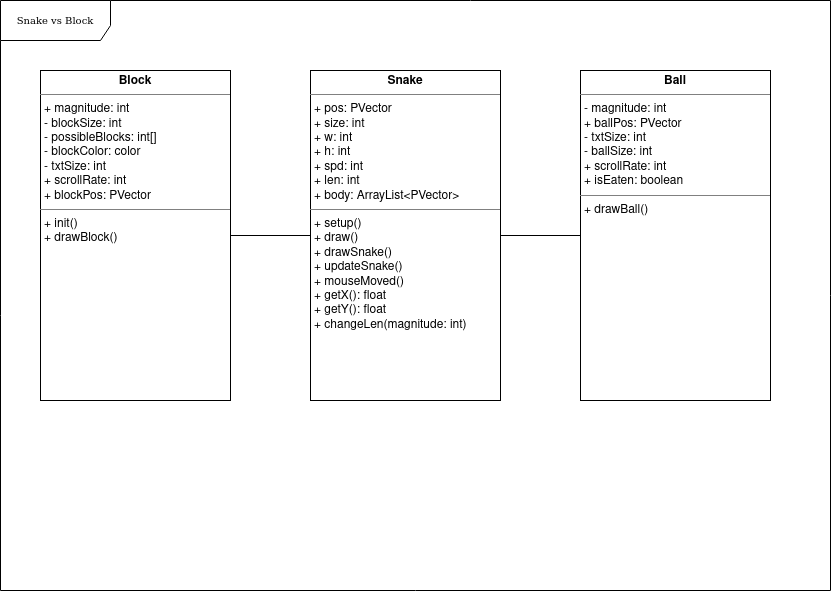
madeline-lei/final_project keeps this draw.io diagram as ouruml.png. Above is the earlier version. Source tidied: cells renumbered, new cells last; positions are measured from the earlier drawing's top-left corner, leaving out a move shared by most shapes.
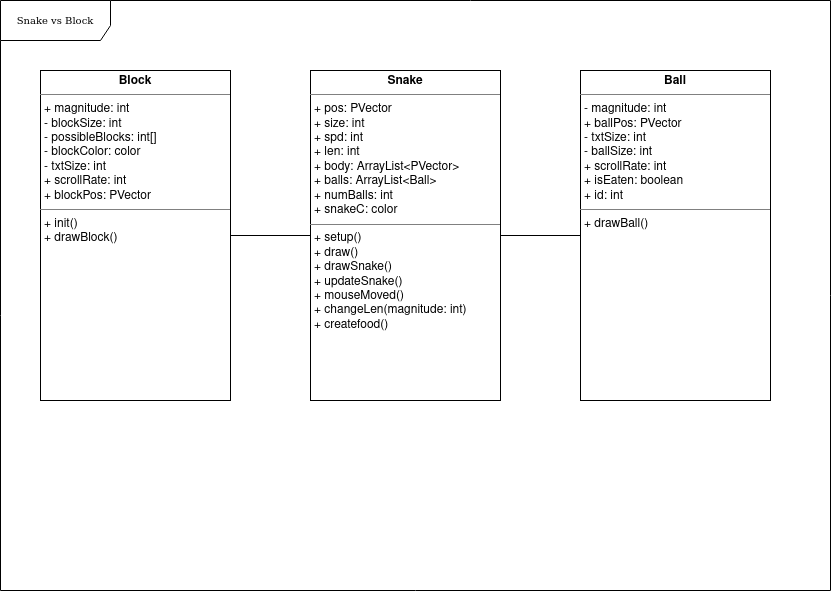
The same file after the commit.

Diff of the diagram source:
```diff
@@ -11,13 +11,13 @@
     <mxCell id="4" style="edgeStyle=orthogonalEdgeStyle;rounded=0;jettySize=auto;html=1;endArrow=none;endFill=0;" parent="1" edge="1" source="5" target="6">
       <mxGeometry relative="1" as="geometry" />
     </mxCell>
-    <mxCell id="5" value="&lt;p style=&quot;margin:0px;margin-top:4px;text-align:center;&quot;&gt;&lt;b&gt;Snake&lt;/b&gt;&lt;/p&gt;&lt;hr size=&quot;1&quot;&gt;&lt;p style=&quot;margin:0px;margin-left:4px;&quot;&gt;+ pos: PVector&lt;/p&gt;&lt;p style=&quot;margin:0px;margin-left:4px;&quot;&gt;+ size: int&lt;/p&gt;&lt;p style=&quot;margin:0px;margin-left:4px;&quot;&gt;+ w: int&lt;/p&gt;&lt;p style=&quot;margin:0px;margin-left:4px;&quot;&gt;+ h: int&lt;/p&gt;&lt;p style=&quot;margin:0px;margin-left:4px;&quot;&gt;+ spd: int&lt;/p&gt;&lt;p style=&quot;margin:0px;margin-left:4px;&quot;&gt;+ len: int&lt;br&gt;&lt;/p&gt;&lt;p style=&quot;margin:0px;margin-left:4px;&quot;&gt;+ body: ArrayList&amp;lt;PVector&amp;gt;&lt;/p&gt;&lt;hr size=&quot;1&quot;&gt;&lt;p style=&quot;margin:0px;margin-left:4px;&quot;&gt;+ setup()&lt;/p&gt;&lt;p style=&quot;margin:0px;margin-left:4px;&quot;&gt;+ draw()&lt;/p&gt;&lt;p style=&quot;margin:0px;margin-left:4px;&quot;&gt;+ drawSnake()&lt;/p&gt;&lt;p style=&quot;margin:0px;margin-left:4px;&quot;&gt;+ updateSnake()&lt;/p&gt;&lt;p style=&quot;margin:0px;margin-left:4px;&quot;&gt;+ mouseMoved()&lt;/p&gt;&lt;p style=&quot;margin:0px;margin-left:4px;&quot;&gt;+ getX(): float&lt;/p&gt;&lt;p style=&quot;margin:0px;margin-left:4px;&quot;&gt;+ getY(): float&lt;/p&gt;&lt;p style=&quot;margin:0px;margin-left:4px;&quot;&gt;+ changeLen(magnitude: int)&lt;br&gt;&lt;/p&gt;&lt;p style=&quot;margin:0px;margin-left:4px;&quot;&gt;&lt;br&gt;&lt;/p&gt;" style="verticalAlign=top;align=left;overflow=fill;fontSize=12;fontFamily=Helvetica;html=1;rounded=0;shadow=0;comic=0;labelBackgroundColor=none;strokeWidth=1;" parent="1" vertex="1">
+    <mxCell id="5" value="&lt;p style=&quot;margin:0px;margin-top:4px;text-align:center;&quot;&gt;&lt;b&gt;Snake&lt;/b&gt;&lt;/p&gt;&lt;hr size=&quot;1&quot;&gt;&lt;p style=&quot;margin:0px;margin-left:4px;&quot;&gt;+ pos: PVector&lt;/p&gt;&lt;p style=&quot;margin:0px;margin-left:4px;&quot;&gt;+ size: int&lt;/p&gt;&lt;p style=&quot;margin:0px;margin-left:4px;&quot;&gt;+ spd: int&lt;/p&gt;&lt;p style=&quot;margin:0px;margin-left:4px;&quot;&gt;+ len: int&lt;br&gt;&lt;/p&gt;&lt;p style=&quot;margin:0px;margin-left:4px;&quot;&gt;+ body: ArrayList&amp;lt;PVector&amp;gt;&lt;/p&gt;&lt;p style=&quot;margin:0px;margin-left:4px;&quot;&gt;+ balls: ArrayList&amp;lt;Ball&amp;gt;&lt;/p&gt;&lt;p style=&quot;margin:0px;margin-left:4px;&quot;&gt;+ numBalls: int&lt;/p&gt;&lt;p style=&quot;margin:0px;margin-left:4px;&quot;&gt;+ snakeC: color&lt;br&gt;&lt;/p&gt;&lt;hr size=&quot;1&quot;&gt;&lt;p style=&quot;margin:0px;margin-left:4px;&quot;&gt;+ setup()&lt;/p&gt;&lt;p style=&quot;margin:0px;margin-left:4px;&quot;&gt;+ draw()&lt;/p&gt;&lt;p style=&quot;margin:0px;margin-left:4px;&quot;&gt;+ drawSnake()&lt;/p&gt;&lt;p style=&quot;margin:0px;margin-left:4px;&quot;&gt;+ updateSnake()&lt;/p&gt;&lt;p style=&quot;margin:0px;margin-left:4px;&quot;&gt;+ mouseMoved()&lt;/p&gt;&lt;p style=&quot;margin:0px;margin-left:4px;&quot;&gt;+ changeLen(magnitude: int)&lt;/p&gt;&lt;p style=&quot;margin:0px;margin-left:4px;&quot;&gt;+ createfood()&lt;br&gt;&lt;/p&gt;&lt;p style=&quot;margin:0px;margin-left:4px;&quot;&gt;&lt;br&gt;&lt;/p&gt;" style="verticalAlign=top;align=left;overflow=fill;fontSize=12;fontFamily=Helvetica;html=1;rounded=0;shadow=0;comic=0;labelBackgroundColor=none;strokeWidth=1;" parent="1" vertex="1">
       <mxGeometry x="310" y="70" width="190" height="330" as="geometry" />
     </mxCell>
     <mxCell id="6" value="&lt;p style=&quot;margin:0px;margin-top:4px;text-align:center;&quot;&gt;&lt;b&gt;Block&lt;/b&gt;&lt;/p&gt;&lt;hr size=&quot;1&quot;&gt;&lt;p style=&quot;margin:0px;margin-left:4px;&quot;&gt;+ magnitude: int&lt;/p&gt;&lt;p style=&quot;margin:0px;margin-left:4px;&quot;&gt;- blockSize: int&lt;/p&gt;&lt;p style=&quot;margin:0px;margin-left:4px;&quot;&gt;- possibleBlocks: int[]&lt;/p&gt;&lt;p style=&quot;margin:0px;margin-left:4px;&quot;&gt;- blockColor: color&lt;/p&gt;&lt;p style=&quot;margin:0px;margin-left:4px;&quot;&gt;- txtSize: int&lt;/p&gt;&lt;p style=&quot;margin:0px;margin-left:4px;&quot;&gt;+ scrollRate: int&lt;/p&gt;&lt;p style=&quot;margin:0px;margin-left:4px;&quot;&gt;+ blockPos: PVector&lt;br&gt;&lt;/p&gt;&lt;hr size=&quot;1&quot;&gt;&lt;p style=&quot;margin:0px;margin-left:4px;&quot;&gt;+ init()&lt;/p&gt;&lt;p style=&quot;margin:0px;margin-left:4px;&quot;&gt;+ drawBlock()&lt;/p&gt;" style="verticalAlign=top;align=left;overflow=fill;fontSize=12;fontFamily=Helvetica;html=1;rounded=0;shadow=0;comic=0;labelBackgroundColor=none;strokeWidth=1;" parent="1" vertex="1">
       <mxGeometry x="40" y="70" width="190" height="330" as="geometry" />
     </mxCell>
-    <mxCell id="7" value="&lt;p style=&quot;margin:0px;margin-top:4px;text-align:center;&quot;&gt;&lt;b&gt;Ball&lt;/b&gt;&lt;/p&gt;&lt;hr size=&quot;1&quot;&gt;&lt;p style=&quot;margin:0px;margin-left:4px;&quot;&gt;- magnitude: int&lt;/p&gt;&lt;p style=&quot;margin:0px;margin-left:4px;&quot;&gt;+ ballPos: PVector&lt;/p&gt;&lt;p style=&quot;margin:0px;margin-left:4px;&quot;&gt;- txtSize: int&lt;/p&gt;&lt;p style=&quot;margin:0px;margin-left:4px;&quot;&gt;- ballSize: int&lt;/p&gt;&lt;p style=&quot;margin:0px;margin-left:4px;&quot;&gt;+ scrollRate: int&lt;/p&gt;&lt;p style=&quot;margin:0px;margin-left:4px;&quot;&gt;+ isEaten: boolean&lt;/p&gt;&lt;hr size=&quot;1&quot;&gt;&lt;p style=&quot;margin:0px;margin-left:4px;&quot;&gt;+ drawBall()&lt;br&gt;&lt;/p&gt;" style="verticalAlign=top;align=left;overflow=fill;fontSize=12;fontFamily=Helvetica;html=1;rounded=0;shadow=0;comic=0;labelBackgroundColor=none;strokeWidth=1;" parent="1" vertex="1">
+    <mxCell id="7" value="&lt;p style=&quot;margin:0px;margin-top:4px;text-align:center;&quot;&gt;&lt;b&gt;Ball&lt;/b&gt;&lt;/p&gt;&lt;hr size=&quot;1&quot;&gt;&lt;p style=&quot;margin:0px;margin-left:4px;&quot;&gt;- magnitude: int&lt;/p&gt;&lt;p style=&quot;margin:0px;margin-left:4px;&quot;&gt;+ ballPos: PVector&lt;/p&gt;&lt;p style=&quot;margin:0px;margin-left:4px;&quot;&gt;- txtSize: int&lt;/p&gt;&lt;p style=&quot;margin:0px;margin-left:4px;&quot;&gt;- ballSize: int&lt;/p&gt;&lt;p style=&quot;margin:0px;margin-left:4px;&quot;&gt;+ scrollRate: int&lt;/p&gt;&lt;p style=&quot;margin:0px;margin-left:4px;&quot;&gt;+ isEaten: boolean&lt;/p&gt;&lt;p style=&quot;margin:0px;margin-left:4px;&quot;&gt;+ id: int&lt;br&gt;&lt;/p&gt;&lt;hr size=&quot;1&quot;&gt;&lt;p style=&quot;margin:0px;margin-left:4px;&quot;&gt;+ drawBall()&lt;br&gt;&lt;/p&gt;" style="verticalAlign=top;align=left;overflow=fill;fontSize=12;fontFamily=Helvetica;html=1;rounded=0;shadow=0;comic=0;labelBackgroundColor=none;strokeWidth=1;" parent="1" vertex="1">
       <mxGeometry x="580" y="70" width="190" height="330" as="geometry" />
     </mxCell>
   </root>
```
